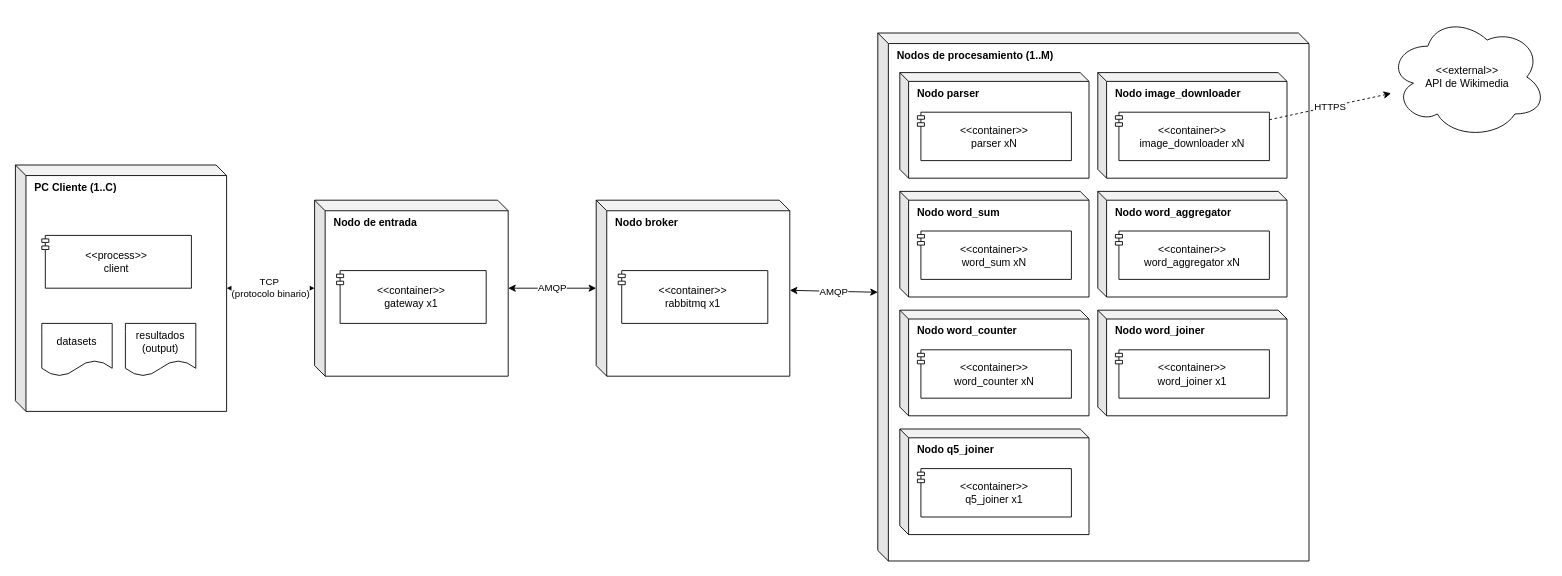
LuccaMarino/tp-grupal_Distribuidos keeps this draw.io diagram as diseño/diagramas/despliegue.drawio. Above is the earlier version. Source tidied: cells renumbered, new cells numbered last; positions are measured from the earlier drawing's top-left corner, leaving out a move shared by most shapes. Both pictures are drawn from the tidied source at 88%, with x=0, y=0 at pixel (15, 15).
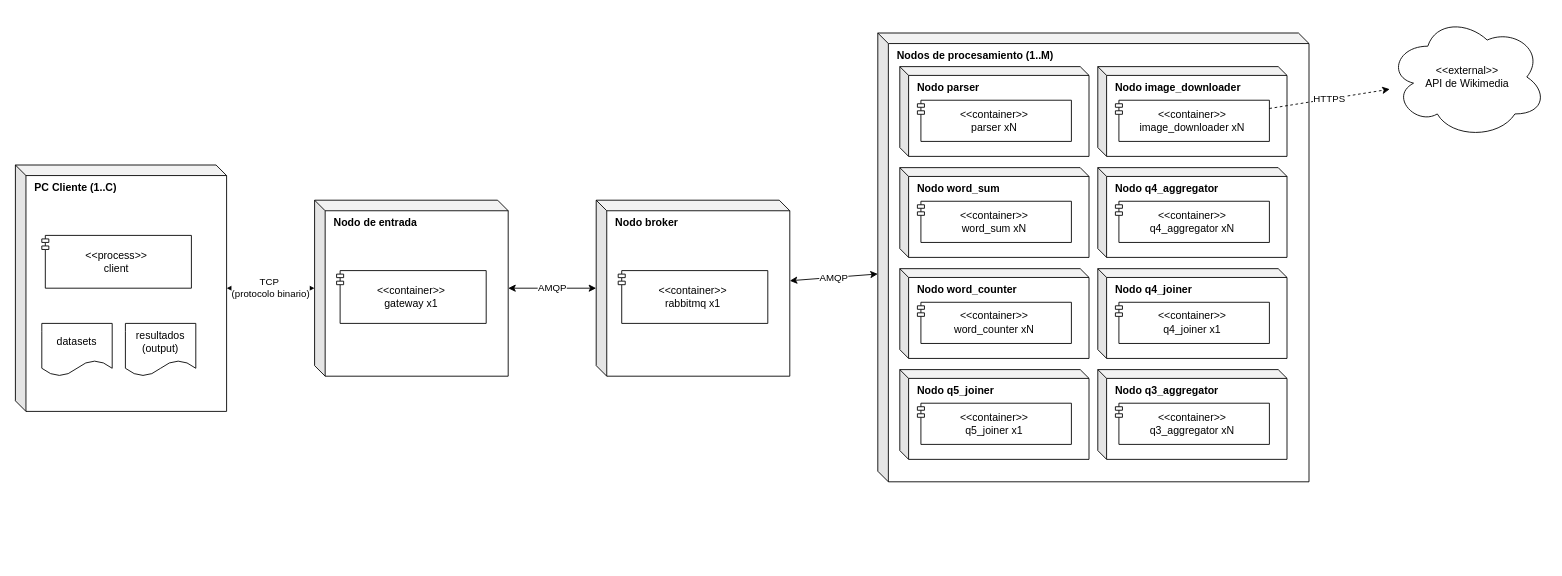
The same diagram, later.

Diff of the diagram source:
```diff
@@
     <mxCell id="10" value="Nodos de procesamiento (1..M)" style="shape=cube;whiteSpace=wrap;html=1;boundedLbl=1;backgroundOutline=1;darkOpacity=0.05;darkOpacity2=0.1;size=12;verticalAlign=top;align=left;spacingLeft=8;fontStyle=1;" parent="1" vertex="1">
-      <mxGeometry x="980" y="20" width="490" height="600" as="geometry" />
+      <mxGeometry x="980" y="20" width="490" height="510" as="geometry" />
     </mxCell>
     <mxCell id="11" value="Nodo parser" style="shape=cube;whiteSpace=wrap;html=1;boundedLbl=1;backgroundOutline=1;darkOpacity=0.05;darkOpacity2=0.1;size=10;verticalAlign=top;align=left;spacingLeft=8;fontStyle=1;" parent="10" vertex="1">
-      <mxGeometry x="25" y="45" width="215" height="120" as="geometry" />
+      <mxGeometry x="25" y="38.2" width="215" height="102" as="geometry" />
     </mxCell>
     <mxCell id="12" value="&amp;lt;&amp;lt;container&amp;gt;&amp;gt;&lt;br&gt;parser xN" style="html=1;whiteSpace=wrap;shape=module;jettyWidth=8;jettyHeight=4;" parent="11" vertex="1">
-      <mxGeometry x="20" y="45" width="175" height="55" as="geometry" />
+      <mxGeometry x="20" y="38.2" width="175" height="46.8" as="geometry" />
     </mxCell>
     <mxCell id="13" value="Nodo image_downloader" style="shape=cube;whiteSpace=wrap;html=1;boundedLbl=1;backgroundOutline=1;darkOpacity=0.05;darkOpacity2=0.1;size=10;verticalAlign=top;align=left;spacingLeft=8;fontStyle=1;" parent="10" vertex="1">
-      <mxGeometry x="250" y="45" width="215" height="120" as="geometry" />
+      <mxGeometry x="250" y="38.2" width="215" height="102" as="geometry" />
     </mxCell>
     <mxCell id="14" value="&amp;lt;&amp;lt;container&amp;gt;&amp;gt;&lt;br&gt;image_downloader xN" style="html=1;whiteSpace=wrap;shape=module;jettyWidth=8;jettyHeight=4;" parent="13" vertex="1">
-      <mxGeometry x="20" y="45" width="175" height="55" as="geometry" />
+      <mxGeometry x="20" y="38.2" width="175" height="46.8" as="geometry" />
     </mxCell>
     <mxCell id="15" value="Nodo word_sum" style="shape=cube;whiteSpace=wrap;html=1;boundedLbl=1;backgroundOutline=1;darkOpacity=0.05;darkOpacity2=0.1;size=10;verticalAlign=top;align=left;spacingLeft=8;fontStyle=1;" parent="10" vertex="1">
-      <mxGeometry x="25" y="180" width="215" height="120" as="geometry" />
+      <mxGeometry x="25" y="153" width="215" height="102" as="geometry" />
     </mxCell>
     <mxCell id="16" value="&amp;lt;&amp;lt;container&amp;gt;&amp;gt;&lt;br&gt;word_sum xN" style="html=1;whiteSpace=wrap;shape=module;jettyWidth=8;jettyHeight=4;" parent="15" vertex="1">
-      <mxGeometry x="20" y="45" width="175" height="55" as="geometry" />
+      <mxGeometry x="20" y="38.2" width="175" height="46.8" as="geometry" />
     </mxCell>
-    <mxCell id="17" value="Nodo word_aggregator" style="shape=cube;whiteSpace=wrap;html=1;boundedLbl=1;backgroundOutline=1;darkOpacity=0.05;darkOpacity2=0.1;size=10;verticalAlign=top;align=left;spacingLeft=8;fontStyle=1;" parent="10" vertex="1">
-      <mxGeometry x="250" y="180" width="215" height="120" as="geometry" />
-    </mxCell>
-    <mxCell id="18" value="&amp;lt;&amp;lt;container&amp;gt;&amp;gt;&lt;br&gt;word_aggregator xN" style="html=1;whiteSpace=wrap;shape=module;jettyWidth=8;jettyHeight=4;" parent="17" vertex="1">
-      <mxGeometry x="20" y="45" width="175" height="55" as="geometry" />
-    </mxCell>
+    <mxCell id="30" value="Nodo q4_aggregator" style="shape=cube;whiteSpace=wrap;html=1;boundedLbl=1;backgroundOutline=1;darkOpacity=0.05;darkOpacity2=0.1;size=10;verticalAlign=top;align=left;spacingLeft=8;fontStyle=1;" parent="10" vertex="1">
+      <mxGeometry x="250" y="153" width="215" height="102" as="geometry" />
+    </mxCell>
+    <mxCell id="31" value="&amp;lt;&amp;lt;container&amp;gt;&amp;gt;&lt;br&gt;q4_aggregator xN" style="html=1;whiteSpace=wrap;shape=module;jettyWidth=8;jettyHeight=4;" parent="30" vertex="1">
+      <mxGeometry x="20" y="38.2" width="175" height="46.8" as="geometry" />
+    </mxCell>
     <mxCell id="19" value="Nodo word_counter" style="shape=cube;whiteSpace=wrap;html=1;boundedLbl=1;backgroundOutline=1;darkOpacity=0.05;darkOpacity2=0.1;size=10;verticalAlign=top;align=left;spacingLeft=8;fontStyle=1;" parent="10" vertex="1">
-      <mxGeometry x="25" y="315" width="215" height="120" as="geometry" />
+      <mxGeometry x="25" y="267.8" width="215" height="102" as="geometry" />
     </mxCell>
     <mxCell id="20" value="&amp;lt;&amp;lt;container&amp;gt;&amp;gt;&lt;br&gt;word_counter xN" style="html=1;whiteSpace=wrap;shape=module;jettyWidth=8;jettyHeight=4;" parent="19" vertex="1">
-      <mxGeometry x="20" y="45" width="175" height="55" as="geometry" />
+      <mxGeometry x="20" y="38.2" width="175" height="46.8" as="geometry" />
     </mxCell>
-    <mxCell id="21" value="Nodo word_joiner" style="shape=cube;whiteSpace=wrap;html=1;boundedLbl=1;backgroundOutline=1;darkOpacity=0.05;darkOpacity2=0.1;size=10;verticalAlign=top;align=left;spacingLeft=8;fontStyle=1;" parent="10" vertex="1">
-      <mxGeometry x="250" y="315" width="215" height="120" as="geometry" />
-    </mxCell>
-    <mxCell id="22" value="&amp;lt;&amp;lt;container&amp;gt;&amp;gt;&lt;br&gt;word_joiner x1" style="html=1;whiteSpace=wrap;shape=module;jettyWidth=8;jettyHeight=4;" parent="21" vertex="1">
-      <mxGeometry x="20" y="45" width="175" height="55" as="geometry" />
-    </mxCell>
+    <mxCell id="32" value="Nodo q4_joiner" style="shape=cube;whiteSpace=wrap;html=1;boundedLbl=1;backgroundOutline=1;darkOpacity=0.05;darkOpacity2=0.1;size=10;verticalAlign=top;align=left;spacingLeft=8;fontStyle=1;" parent="10" vertex="1">
+      <mxGeometry x="250" y="267.8" width="215" height="102" as="geometry" />
+    </mxCell>
+    <mxCell id="33" value="&amp;lt;&amp;lt;container&amp;gt;&amp;gt;&lt;br&gt;q4_joiner x1" style="html=1;whiteSpace=wrap;shape=module;jettyWidth=8;jettyHeight=4;" parent="32" vertex="1">
+      <mxGeometry x="20" y="38.2" width="175" height="46.8" as="geometry" />
+    </mxCell>
     <mxCell id="23" value="Nodo q5_joiner" style="shape=cube;whiteSpace=wrap;html=1;boundedLbl=1;backgroundOutline=1;darkOpacity=0.05;darkOpacity2=0.1;size=10;verticalAlign=top;align=left;spacingLeft=8;fontStyle=1;" parent="10" vertex="1">
-      <mxGeometry x="25" y="450" width="215" height="120" as="geometry" />
+      <mxGeometry x="25" y="382.5" width="215" height="102" as="geometry" />
     </mxCell>
     <mxCell id="24" value="&amp;lt;&amp;lt;container&amp;gt;&amp;gt;&lt;br&gt;q5_joiner x1" style="html=1;whiteSpace=wrap;shape=module;jettyWidth=8;jettyHeight=4;" parent="23" vertex="1">
-      <mxGeometry x="20" y="45" width="175" height="55" as="geometry" />
+      <mxGeometry x="20" y="38.2" width="175" height="46.8" as="geometry" />
     </mxCell>
+    <mxCell id="34" value="Nodo q3_aggregator" style="shape=cube;whiteSpace=wrap;html=1;boundedLbl=1;backgroundOutline=1;darkOpacity=0.05;darkOpacity2=0.1;size=10;verticalAlign=top;align=left;spacingLeft=8;fontStyle=1;" parent="10" vertex="1">
+      <mxGeometry x="250" y="382.5" width="215" height="102" as="geometry" />
+    </mxCell>
+    <mxCell id="35" value="&amp;lt;&amp;lt;container&amp;gt;&amp;gt;&lt;br&gt;q3_aggregator xN" style="html=1;whiteSpace=wrap;shape=module;jettyWidth=8;jettyHeight=4;" parent="34" vertex="1">
+      <mxGeometry x="20" y="38.2" width="175" height="46.8" as="geometry" />
+    </mxCell>
```
